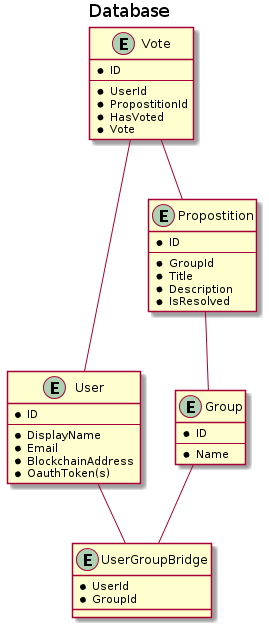
Above: diagram_out/Diagrams/Database/database.png in adhurjaty/prediction-app (PlantUML), before the change. The source it was exported from:
```plantuml
@startuml database

title Database

entity User {
    * ID
    ---
    * DisplayName
    * Email
    * BlockchainAddress
    * OauthToken(s)
}

entity Group {
    * ID
    ---
    * Name
}

entity UserGroupBridge {
    * UserId
    * GroupId
}

entity Propostition {
    * ID
    ---
    * GroupId
    * Title
    * Description
    * IsResolved
}

entity Vote {
    * ID
    ---
    * UserId
    * PropostitionId
    * HasVoted
    * Vote
}

User -- UserGroupBridge
Group -- UserGroupBridge
Propostition -- Group
Vote -- User
Vote -- Propostition

@enduml
```
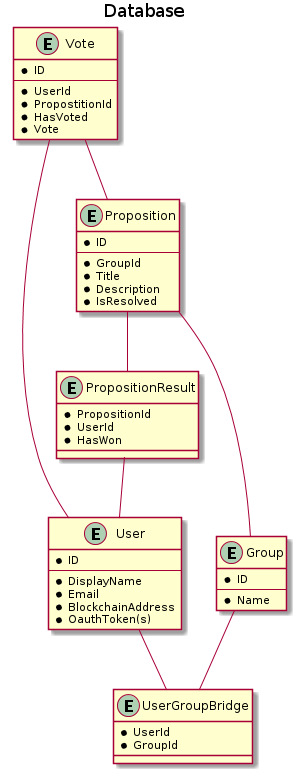
Later version of the same file.

Commit message:
adds proposition result to db diagram

What changed in the source:
```diff
@@ -22,7 +22,7 @@
     * GroupId
 }
 
-entity Propostition {
+entity Proposition {
     * ID
     ---
     * GroupId
@@ -40,10 +40,18 @@
     * Vote
 }
 
+entity PropositionResult {
+    * PropositionId
+    * UserId
+    * HasWon
+}
+
 User -- UserGroupBridge
 Group -- UserGroupBridge
-Propostition -- Group
+Proposition -- Group
 Vote -- User
-Vote -- Propostition
+Vote -- Proposition
+Proposition -- PropositionResult
+PropositionResult -- User
 
 @enduml
```
